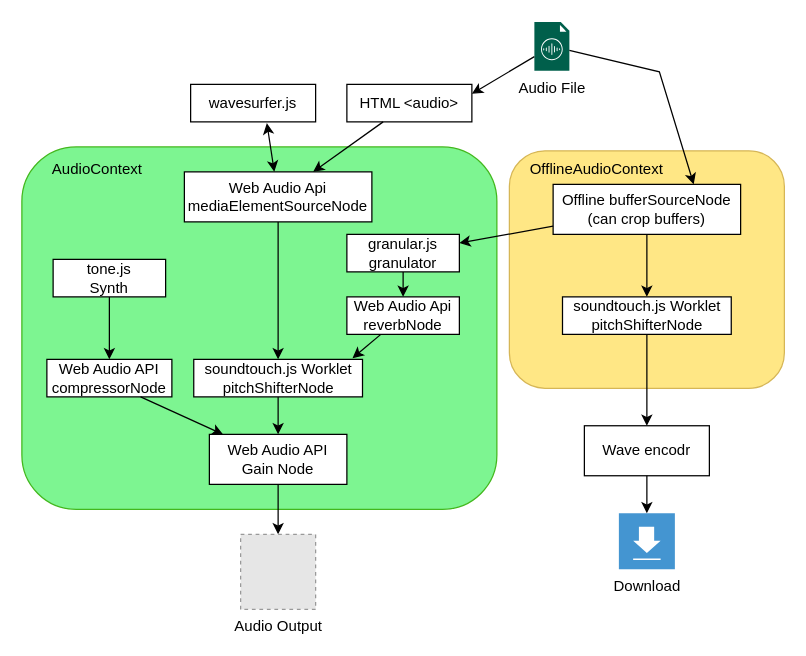
This is Untitled Diagram.drawio from Mauro7b5/EarAid, a draw.io file, before an edit. Source tidied: cells renumbered, new cells numbered last; positions are measured from the earlier drawing's top-left corner, leaving out a move shared by most shapes. Both pictures are drawn from the tidied source at 125%, with x=0, y=0 at pixel (21, 21). Pictures stored in the file or linked from it are replaced by grey dashed boxes.
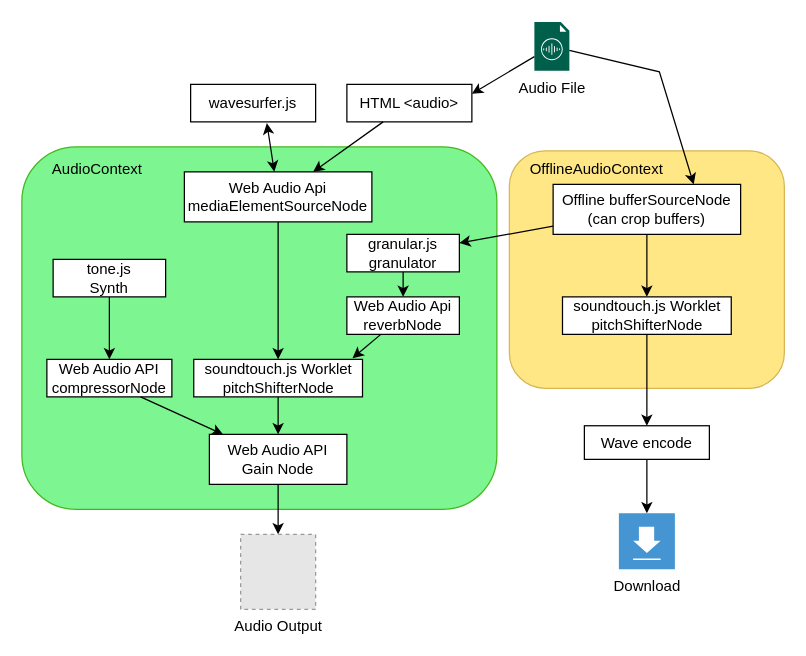
The same page after the edit.

Commit message:
EarAid Signal Flow

What changed in the source:
```diff
@@
-    <mxCell id="27" value="Wave encodr" style="rounded=0;whiteSpace=wrap;html=1;" parent="1" vertex="1">
-      <mxGeometry x="450" y="323.1" width="100" height="40" as="geometry" />
+    <mxCell id="27" value="Wave encode" style="rounded=0;whiteSpace=wrap;html=1;" parent="1" vertex="1">
+      <mxGeometry x="450" y="323.1" width="100" height="26.9" as="geometry" />
     </mxCell>
```
